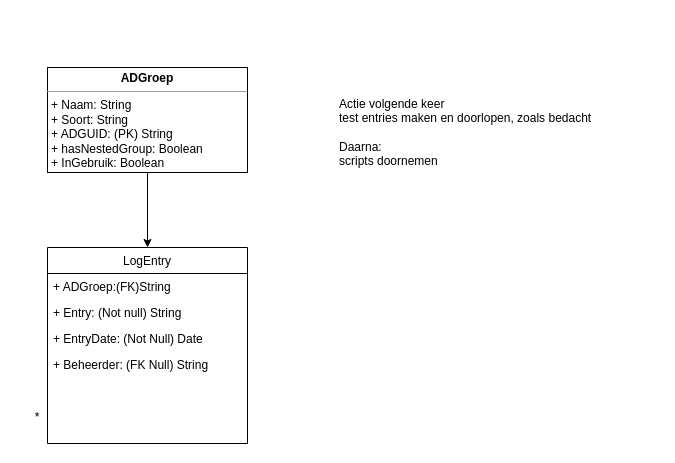
The draw.io diagram ERD Diagram.drawio in cjbruin/Cbruin, before the edit. Source tidied: cells renumbered, new cells numbered last; positions are measured from the earlier drawing's top-left corner, leaving out a move shared by most shapes. Both pictures are drawn from the tidied source at 100%, with x=0, y=0 at pixel (17, 17).
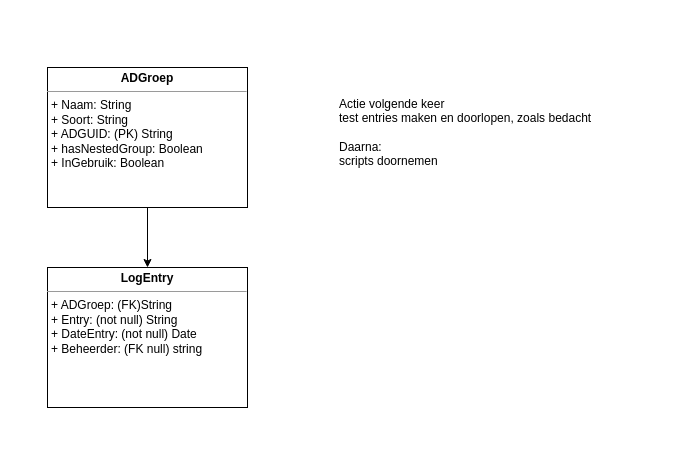
After the change.

Commit message:
Update ERD Diagram V2.drawio

Change to the diagram source:
```diff
@@
 <mxGraphModel background="#ffffff">
   <root>
     <mxCell id="0" />
     <mxCell id="1" parent="0" />
-    <mxCell id="2" style="edgeStyle=orthogonalEdgeStyle;rounded=0;jettySize=auto;html=1;entryX=0.5;entryY=0;entryDx=0;entryDy=0;" parent="1" edge="1" source="3" target="4">
-      <mxGeometry relative="1" as="geometry" />
-    </mxCell>
+    <mxCell id="11" style="edgeStyle=orthogonalEdgeStyle;rounded=0;jettySize=auto;html=1;" parent="1" edge="1" source="3" target="12">
+      <mxGeometry relative="1" as="geometry" />
+    </mxCell>
     <mxCell id="3" value="&lt;p style=&quot;margin: 0px ; margin-top: 4px ; text-align: center&quot;&gt;&lt;b&gt;ADGroep&lt;/b&gt;&lt;/p&gt;&lt;hr size=&quot;1&quot;&gt;&lt;p style=&quot;margin: 0px ; margin-left: 4px&quot;&gt;+ Naam: String&lt;/p&gt;&lt;p style=&quot;margin: 0px ; margin-left: 4px&quot;&gt;+ Soort: String&lt;/p&gt;&lt;p style=&quot;margin: 0px ; margin-left: 4px&quot;&gt;+ ADGUID: (PK) String&lt;/p&gt;&lt;p style=&quot;margin: 0px ; margin-left: 4px&quot;&gt;+ hasNestedGroup: Boolean&lt;/p&gt;&lt;p style=&quot;margin: 0px ; margin-left: 4px&quot;&gt;+ InGebruik: Boolean&lt;/p&gt;&lt;p style=&quot;margin: 0px ; margin-left: 4px&quot;&gt;&lt;br&gt;&lt;/p&gt;" style="verticalAlign=top;align=left;overflow=fill;fontSize=12;fontFamily=Helvetica;html=1;rounded=0;shadow=0;comic=0;labelBackgroundColor=none;strokeWidth=1;" parent="1" vertex="1">
-      <mxGeometry x="30" y="50" width="200" height="105" as="geometry" />
+      <mxGeometry x="30" y="50" width="200" height="140" as="geometry" />
     </mxCell>
-    <mxCell id="4" value="LogEntry" style="swimlane;fontStyle=0;horizontal=1;startSize=26;fillColor=none;" parent="1" vertex="1">
-      <mxGeometry x="30" y="230" width="200" height="196" as="geometry" />
-    </mxCell>
-    <mxCell id="5" value="+ ADGroep:(FK)String" style="text;strokeColor=none;fillColor=none;align=left;verticalAlign=top;spacingLeft=4;spacingRight=4;overflow=hidden;" parent="4" vertex="1">
-      <mxGeometry y="26" width="200" height="26" as="geometry" />
-    </mxCell>
-    <mxCell id="6" value="+ Entry: (Not null) String" style="text;strokeColor=none;fillColor=none;align=left;verticalAlign=top;spacingLeft=4;spacingRight=4;overflow=hidden;" parent="4" vertex="1">
-      <mxGeometry y="52" width="200" height="26" as="geometry" />
-    </mxCell>
-    <mxCell id="7" value="+ EntryDate: (Not Null) Date" style="text;strokeColor=none;fillColor=none;align=left;verticalAlign=top;spacingLeft=4;spacingRight=4;overflow=hidden;" parent="4" vertex="1">
-      <mxGeometry y="78" width="200" height="26" as="geometry" />
-    </mxCell>
-    <mxCell id="8" value="+ Beheerder: (FK Null) String" style="text;strokeColor=none;fillColor=none;align=left;verticalAlign=top;spacingLeft=4;spacingRight=4;overflow=hidden;" parent="4" vertex="1">
-      <mxGeometry y="104" width="200" height="92" as="geometry" />
-    </mxCell>
-    <mxCell id="9" value="*" style="text;html=1;strokeColor=none;fillColor=none;align=center;verticalAlign=middle;whiteSpace=wrap;rounded=0;" parent="1" vertex="1">
-      <mxGeometry y="390" width="40" height="20" as="geometry" />
-    </mxCell>
     <mxCell id="10" value="Actie volgende keer&lt;br&gt;test entries maken en doorlopen, zoals bedacht&lt;br&gt;&lt;br&gt;Daarna:&lt;br&gt;scripts doornemen" style="text;html=1;strokeColor=none;fillColor=none;align=left;verticalAlign=middle;whiteSpace=wrap;rounded=0;" parent="1" vertex="1">
       <mxGeometry x="320" width="320" height="230" as="geometry" />
     </mxCell>
+    <mxCell id="12" value="&lt;p style=&quot;margin: 0px ; margin-top: 4px ; text-align: center&quot;&gt;&lt;b&gt;LogEntry&lt;/b&gt;&lt;/p&gt;&lt;hr size=&quot;1&quot;&gt;&lt;p style=&quot;margin: 0px ; margin-left: 4px&quot;&gt;+ ADGroep: (FK)String&lt;/p&gt;&lt;p style=&quot;margin: 0px ; margin-left: 4px&quot;&gt;+ Entry: (not null) String&lt;/p&gt;&lt;p style=&quot;margin: 0px ; margin-left: 4px&quot;&gt;+ DateEntry: (not null) Date&lt;br&gt;+ Beheerder: (FK null) string&lt;/p&gt;&lt;p style=&quot;margin: 0px ; margin-left: 4px&quot;&gt;&lt;br&gt;&lt;/p&gt;" style="verticalAlign=top;align=left;overflow=fill;fontSize=12;fontFamily=Helvetica;html=1;rounded=0;shadow=0;comic=0;labelBackgroundColor=none;strokeWidth=1;" parent="1" vertex="1">
+      <mxGeometry x="30" y="250" width="200" height="140" as="geometry" />
+    </mxCell>
   </root>
 </mxGraphModel>
```
